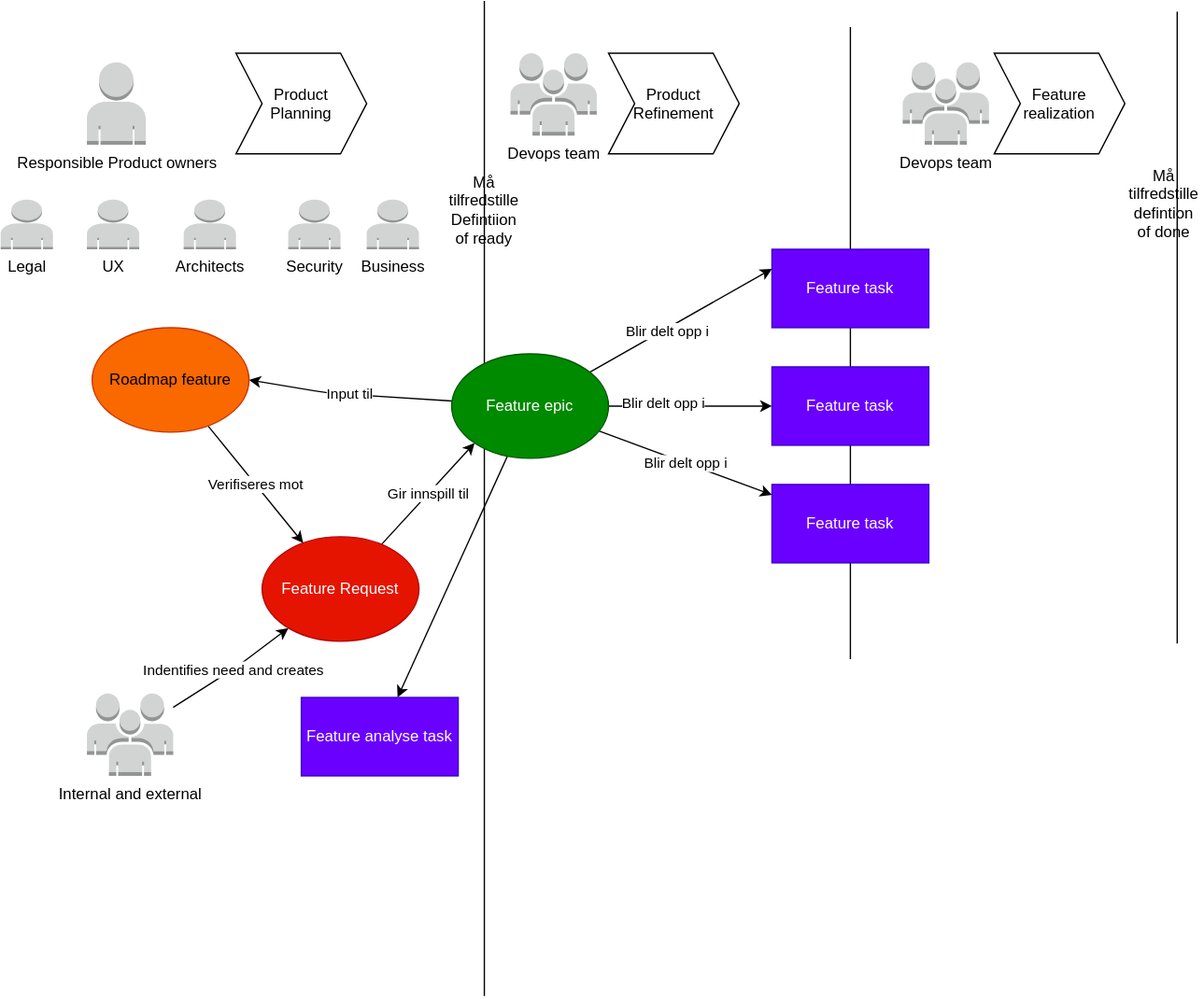
Earlier version of the draw.io export content/community/devops/roadmapprocess/roadmapprocess.drawio.svg (Altinn/altinn-studio-docs). Source tidied: cells renumbered, new cells last; positions are measured from the earlier drawing's top-left corner, leaving out a move shared by most shapes.
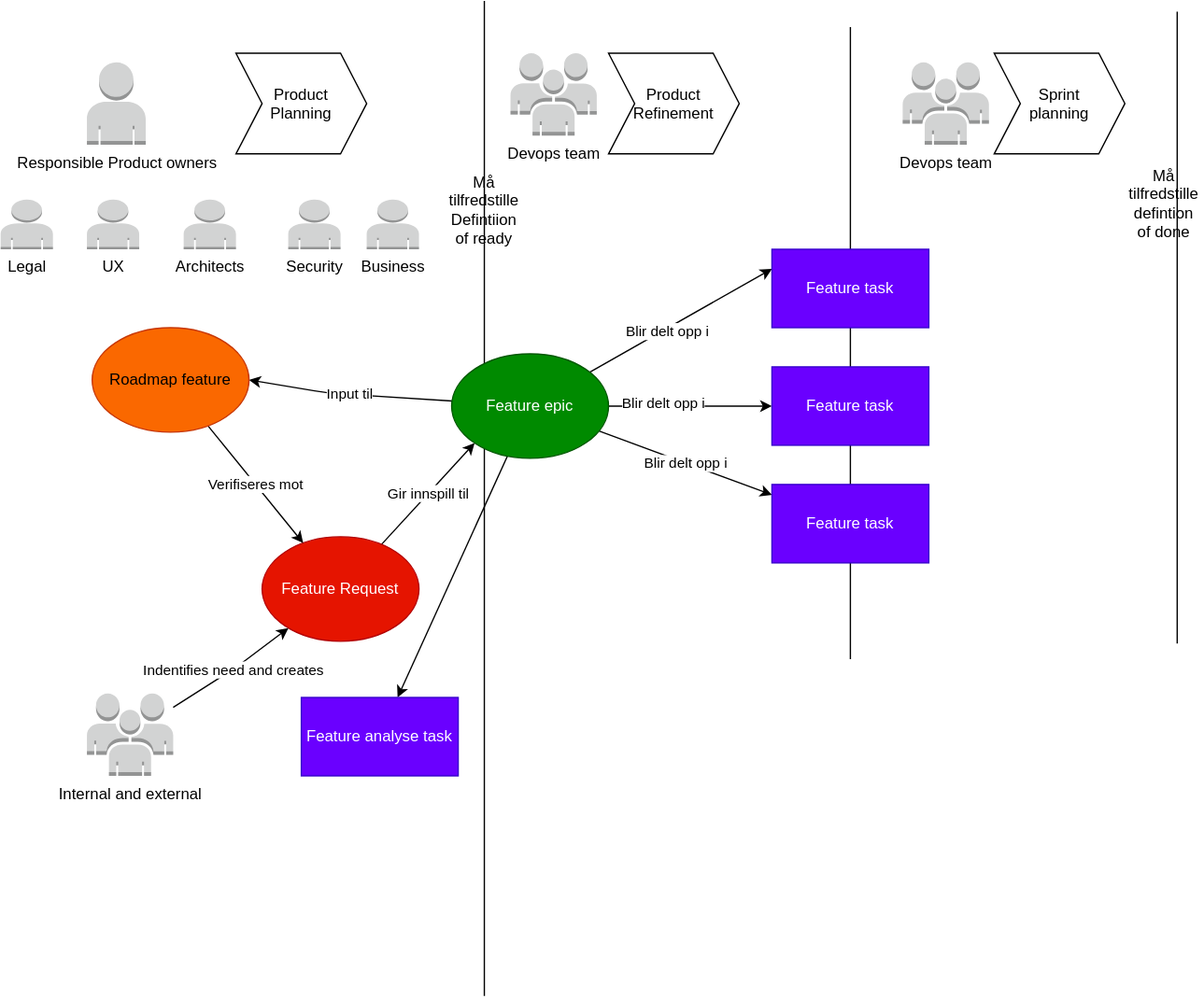
The same file after the commit.

Change to the diagram source:
```diff
@@ -17,7 +17,7 @@
     <mxCell id="4" value="Product&#10;Refinement" style="shape=step;perimeter=stepPerimeter;fixedSize=1;" parent="1" vertex="1">
       <mxGeometry x="465" y="40" width="100" height="77" as="geometry" />
     </mxCell>
-    <mxCell id="5" value="Feature&#10;realization" style="shape=step;perimeter=stepPerimeter;fixedSize=1;" parent="1" vertex="1">
+    <mxCell id="5" value="Sprint &#10;planning" style="shape=step;perimeter=stepPerimeter;fixedSize=1;" parent="1" vertex="1">
       <mxGeometry x="760" y="40" width="100" height="77" as="geometry" />
     </mxCell>
     <mxCell id="6" value="Product &#10;Planning" style="shape=step;perimeter=stepPerimeter;fixedSize=1;" parent="1" vertex="1">
```
